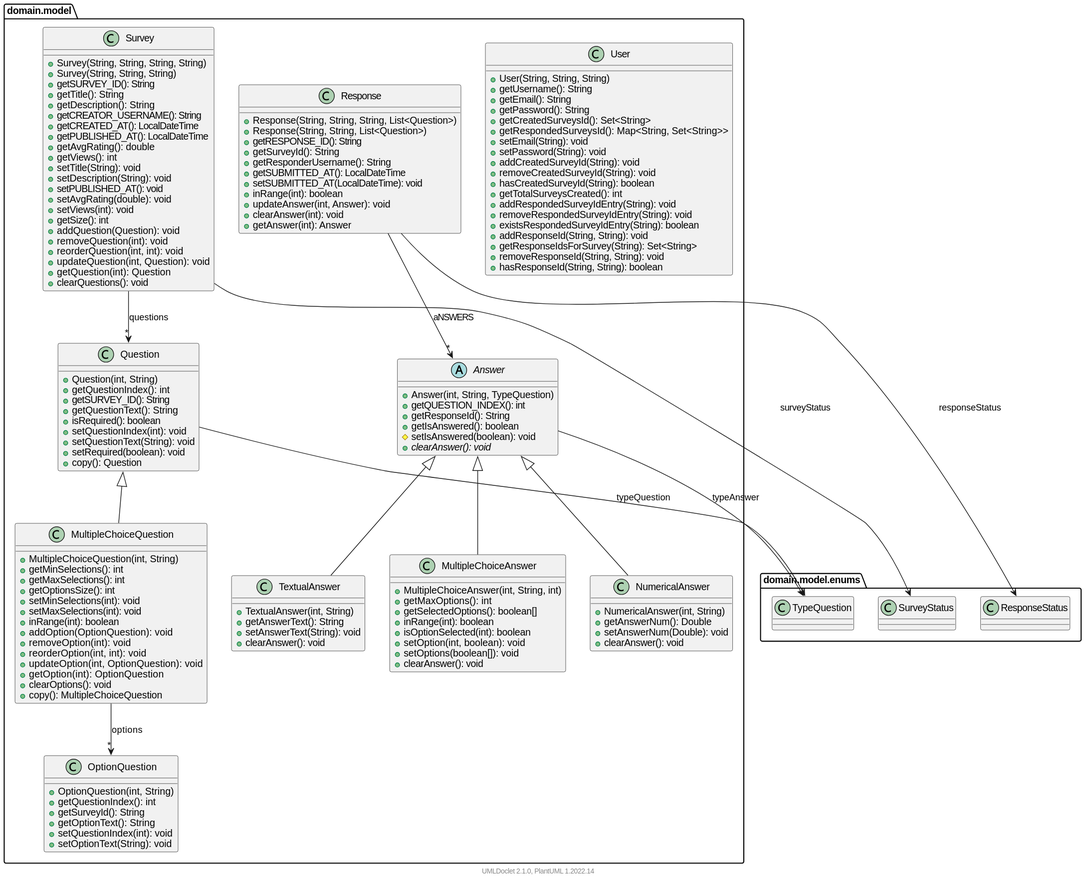
Before: DOC/javadoc/domain/model/package.svg, a diagram exported from PlantUML (felipenugo/k-surveys).
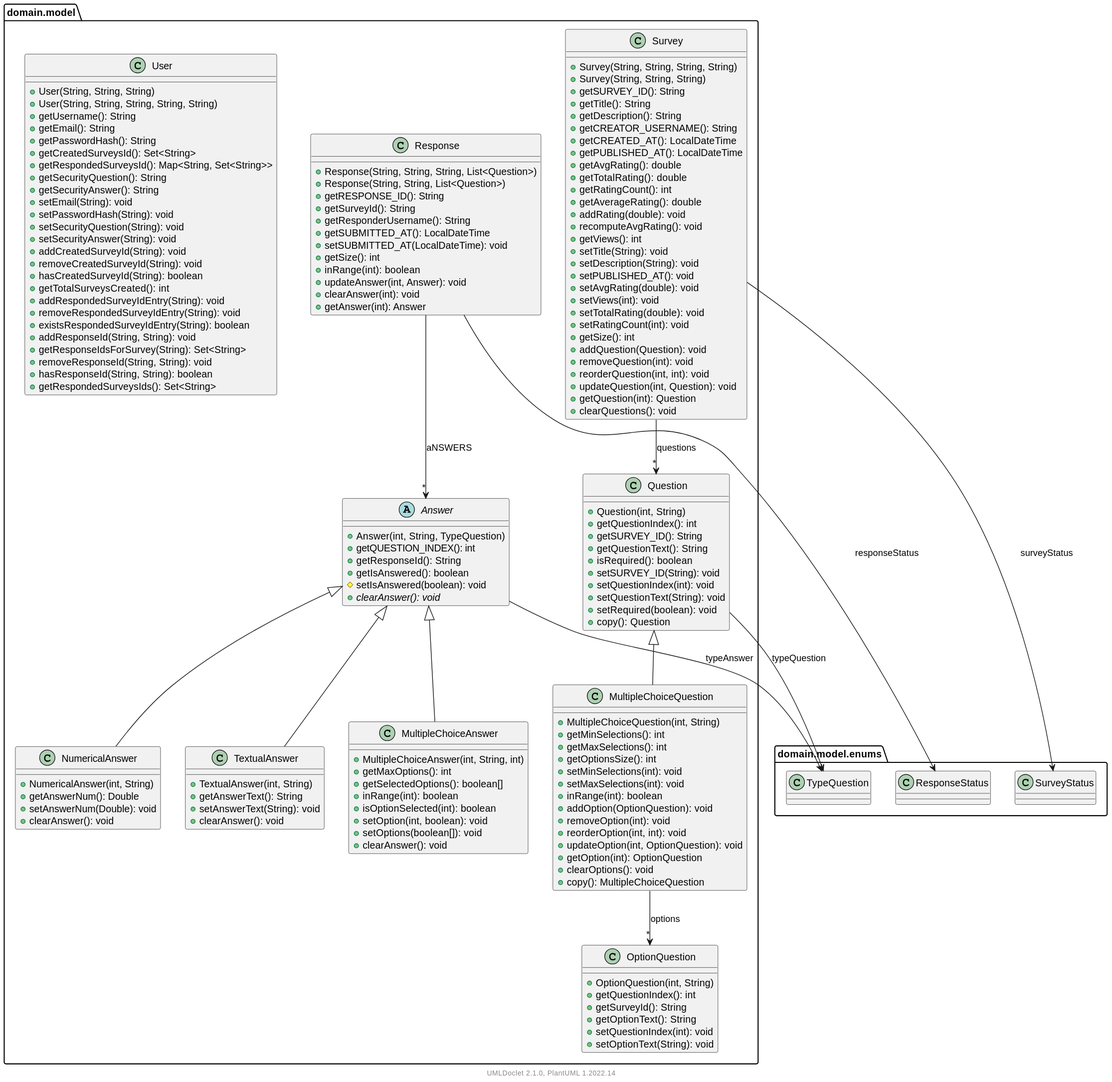
Later version of the same file.

Change to the diagram source:
```diff
@@ -1,5 +1,14 @@
 @startuml
     namespace domain.model {
+
+        abstract class Answer [[Answer.html]] {
+            +Answer(int, String, TypeQuestion)
+            +getQUESTION_INDEX(): int
+            +getResponseId(): String
+            +getIsAnswered(): boolean
+            #setIsAnswered(boolean): void
+            {abstract} +clearAnswer(): void
+        }
 
         class MultipleChoiceAnswer [[MultipleChoiceAnswer.html]] {
             +MultipleChoiceAnswer(int, String, int)
@@ -10,80 +19,6 @@
             +setOption(int, boolean): void
             +setOptions(boolean[]): void
             +clearAnswer(): void
-        }
-
-        class NumericalAnswer [[NumericalAnswer.html]] {
-            +NumericalAnswer(int, String)
-            +getAnswerNum(): Double
-            +setAnswerNum(Double): void
-            +clearAnswer(): void
-        }
-
-        class Survey [[Survey.html]] {
-            +Survey(String, String, String, String)
-            +Survey(String, String, String)
-            +getSURVEY_ID(): String
-            +getTitle(): String
-            +getDescription(): String
-            +getCREATOR_USERNAME(): String
-            +getCREATED_AT(): LocalDateTime
-            +getPUBLISHED_AT(): LocalDateTime
-            +getAvgRating(): double
-            +getViews(): int
-            +setTitle(String): void
-            +setDescription(String): void
-            +setPUBLISHED_AT(): void
-            +setAvgRating(double): void
-            +setViews(int): void
-            +getSize(): int
-            +addQuestion(Question): void
-            +removeQuestion(int): void
-            +reorderQuestion(int, int): void
-            +updateQuestion(int, Question): void
-            +getQuestion(int): Question
-            +clearQuestions(): void
-        }
-
-        abstract class Answer [[Answer.html]] {
-            +Answer(int, String, TypeQuestion)
-            +getQUESTION_INDEX(): int
-            +getResponseId(): String
-            +getIsAnswered(): boolean
-            #setIsAnswered(boolean): void
-            {abstract} +clearAnswer(): void
-        }
-
-        class Response [[Response.html]] {
-            +Response(String, String, String, List<Question>)
-            +Response(String, String, List<Question>)
-            +getRESPONSE_ID(): String
-            +getSurveyId(): String
-            +getResponderUsername(): String
-            +getSUBMITTED_AT(): LocalDateTime
-            +setSUBMITTED_AT(LocalDateTime): void
-            +inRange(int): boolean
-            +updateAnswer(int, Answer): void
-            +clearAnswer(int): void
-            +getAnswer(int): Answer
-        }
-
-        class TextualAnswer [[TextualAnswer.html]] {
-            +TextualAnswer(int, String)
-            +getAnswerText(): String
-            +setAnswerText(String): void
-            +clearAnswer(): void
-        }
-
-        class Question [[Question.html]] {
-            +Question(int, String)
-            +getQuestionIndex(): int
-            +getSURVEY_ID(): String
-            +getQuestionText(): String
-            +isRequired(): boolean
-            +setQuestionIndex(int): void
-            +setQuestionText(String): void
-            +setRequired(boolean): void
-            +copy(): Question
         }
 
         class MultipleChoiceQuestion [[MultipleChoiceQuestion.html]] {
@@ -103,6 +38,13 @@
             +copy(): MultipleChoiceQuestion
         }
 
+        class NumericalAnswer [[NumericalAnswer.html]] {
+            +NumericalAnswer(int, String)
+            +getAnswerNum(): Double
+            +setAnswerNum(Double): void
+            +clearAnswer(): void
+        }
+
         class OptionQuestion [[OptionQuestion.html]] {
             +OptionQuestion(int, String)
             +getQuestionIndex(): int
@@ -112,15 +54,87 @@
             +setOptionText(String): void
         }
 
+        class Question [[Question.html]] {
+            +Question(int, String)
+            +getQuestionIndex(): int
+            +getSURVEY_ID(): String
+            +getQuestionText(): String
+            +isRequired(): boolean
+            +setSURVEY_ID(String): void
+            +setQuestionIndex(int): void
+            +setQuestionText(String): void
+            +setRequired(boolean): void
+            +copy(): Question
+        }
+
+        class Response [[Response.html]] {
+            +Response(String, String, String, List<Question>)
+            +Response(String, String, List<Question>)
+            +getRESPONSE_ID(): String
+            +getSurveyId(): String
+            +getResponderUsername(): String
+            +getSUBMITTED_AT(): LocalDateTime
+            +setSUBMITTED_AT(LocalDateTime): void
+            +getSize(): int
+            +inRange(int): boolean
+            +updateAnswer(int, Answer): void
+            +clearAnswer(int): void
+            +getAnswer(int): Answer
+        }
+
+        class Survey [[Survey.html]] {
+            +Survey(String, String, String, String)
+            +Survey(String, String, String)
+            +getSURVEY_ID(): String
+            +getTitle(): String
+            +getDescription(): String
+            +getCREATOR_USERNAME(): String
+            +getCREATED_AT(): LocalDateTime
+            +getPUBLISHED_AT(): LocalDateTime
+            +getAvgRating(): double
+            +getTotalRating(): double
+            +getRatingCount(): int
+            +getAverageRating(): double
+            +addRating(double): void
+            +recomputeAvgRating(): void
+            +getViews(): int
+            +setTitle(String): void
+            +setDescription(String): void
+            +setPUBLISHED_AT(): void
+            +setAvgRating(double): void
+            +setViews(int): void
+            +setTotalRating(double): void
+            +setRatingCount(int): void
+            +getSize(): int
+            +addQuestion(Question): void
+            +removeQuestion(int): void
+            +reorderQuestion(int, int): void
+            +updateQuestion(int, Question): void
+            +getQuestion(int): Question
+            +clearQuestions(): void
+        }
+
+        class TextualAnswer [[TextualAnswer.html]] {
+            +TextualAnswer(int, String)
+            +getAnswerText(): String
+            +setAnswerText(String): void
+            +clearAnswer(): void
+        }
+
         class User [[User.html]] {
             +User(String, String, String)
+            +User(String, String, String, String, String)
             +getUsername(): String
             +getEmail(): String
-            +getPassword(): String
+            +getPasswordHash(): String
             +getCreatedSurveysId(): Set<String>
             +getRespondedSurveysId(): Map<String, Set<String>>
+            +getSecurityQuestion(): String
+            +getSecurityAnswer(): String
             +setEmail(String): void
-            +setPassword(String): void
+            +setPasswordHash(String): void
+            +setSecurityQuestion(String): void
+            +setSecurityAnswer(String): void
             +addCreatedSurveyId(String): void
             +removeCreatedSurveyId(String): void
             +hasCreatedSurveyId(String): boolean
@@ -132,19 +146,20 @@
             +getResponseIdsForSurvey(String): Set<String>
             +removeResponseId(String, String): void
             +hasResponseId(String, String): boolean
+            +getRespondedSurveysIds(): Set<String>
         }
 
+        Answer --> domain.model.enums.TypeQuestion: typeAnswer
         Answer <|-- MultipleChoiceAnswer
+        Question <|-- MultipleChoiceQuestion
+        MultipleChoiceQuestion --> "*" OptionQuestion: options
         Answer <|-- NumericalAnswer
+        Question --> domain.model.enums.TypeQuestion: typeQuestion
+        Response --> "*" Answer: aNSWERS
+        Response --> domain.model.enums.ResponseStatus: responseStatus
         Survey --> "*" Question: questions
         Survey --> domain.model.enums.SurveyStatus: surveyStatus
-        Answer --> domain.model.enums.TypeQuestion: typeAnswer
-        Response --> "*" Answer: aNSWERS
-        Response --> domain.model.enums.ResponseStatus: responseStatus
         Answer <|-- TextualAnswer
-        Question --> domain.model.enums.TypeQuestion: typeQuestion
-        Question <|-- MultipleChoiceQuestion
-        MultipleChoiceQuestion --> "*" OptionQuestion: options
     }
 
     center footer UMLDoclet 2.1.0, PlantUML %version()
```
